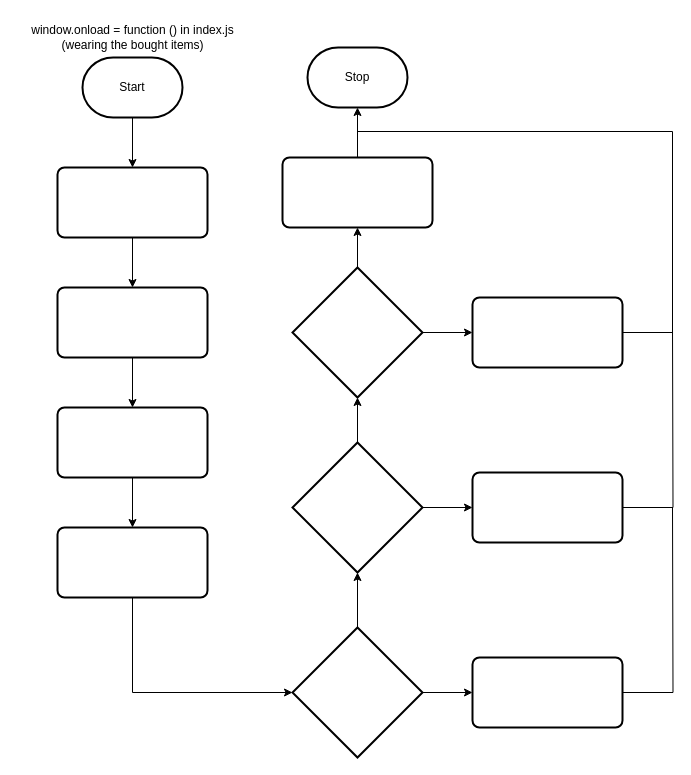
MTHS-ICD2O-1-2024/ICD2O-Final-Project-ain.jeong keeps this draw.io diagram as design/flowchart-windowonload-indexJs.drawio. Above is the earlier version. Source tidied: cells renumbered, new cells numbered last; positions are measured from the earlier drawing's top-left corner, leaving out a move shared by most shapes. Both pictures are drawn from the tidied source at 100%, with x=0, y=0 at pixel (17, 17).
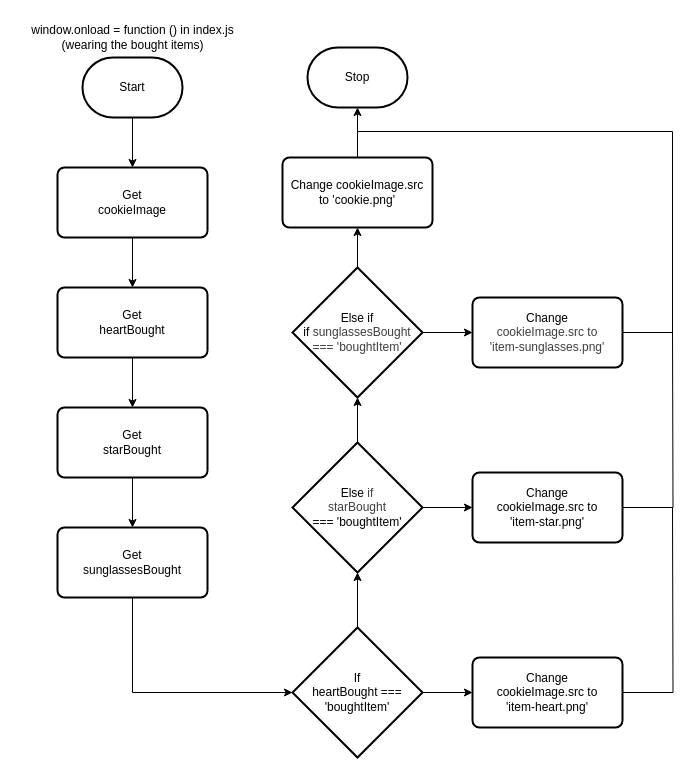
After the change.

Change to the diagram source:
```diff
@@
-    <mxCell id="5" style="rounded=1;whiteSpace=wrap;html=1;absoluteArcSize=1;arcSize=14;strokeWidth=2;" parent="1" vertex="1">
+    <mxCell id="5" value="Get&lt;div&gt;cookieImage&lt;/div&gt;" style="rounded=1;whiteSpace=wrap;html=1;absoluteArcSize=1;arcSize=14;strokeWidth=2;" parent="1" vertex="1">
       <mxGeometry x="40" y="150" width="150" height="70" as="geometry" />
     </mxCell>
@@
-    <mxCell id="7" style="rounded=1;whiteSpace=wrap;html=1;absoluteArcSize=1;arcSize=14;strokeWidth=2;" parent="1" vertex="1">
+    <mxCell id="7" value="Get&lt;div&gt;heartBought&lt;/div&gt;" style="rounded=1;whiteSpace=wrap;html=1;absoluteArcSize=1;arcSize=14;strokeWidth=2;" parent="1" vertex="1">
       <mxGeometry x="40" y="270" width="150" height="70" as="geometry" />
     </mxCell>
@@
-    <mxCell id="9" style="rounded=1;whiteSpace=wrap;html=1;absoluteArcSize=1;arcSize=14;strokeWidth=2;" parent="1" vertex="1">
+    <mxCell id="9" value="Get&lt;div&gt;starBought&lt;/div&gt;" style="rounded=1;whiteSpace=wrap;html=1;absoluteArcSize=1;arcSize=14;strokeWidth=2;" parent="1" vertex="1">
       <mxGeometry x="40" y="390" width="150" height="70" as="geometry" />
     </mxCell>
-    <mxCell id="10" style="rounded=1;whiteSpace=wrap;html=1;absoluteArcSize=1;arcSize=14;strokeWidth=2;" parent="1" vertex="1">
+    <mxCell id="10" value="Get&lt;div&gt;sunglassesBought&lt;/div&gt;" style="rounded=1;whiteSpace=wrap;html=1;absoluteArcSize=1;arcSize=14;strokeWidth=2;" parent="1" vertex="1">
       <mxGeometry x="40" y="510" width="150" height="70" as="geometry" />
     </mxCell>
@@
-    <mxCell id="13" style="strokeWidth=2;html=1;shape=mxgraph.flowchart.decision;whiteSpace=wrap;" parent="1" vertex="1">
+    <mxCell id="13" value="Else if&lt;div&gt;if&amp;nbsp;&lt;span style=&quot;color: rgb(63, 63, 63); background-color: transparent;&quot;&gt;sunglassesBought&lt;/span&gt;&lt;/div&gt;&lt;div&gt;&lt;span style=&quot;color: rgb(63, 63, 63); background-color: transparent;&quot;&gt;=== 'boughtItem'&lt;/span&gt;&lt;/div&gt;" style="strokeWidth=2;html=1;shape=mxgraph.flowchart.decision;whiteSpace=wrap;" parent="1" vertex="1">
       <mxGeometry x="275" y="250" width="130" height="130" as="geometry" />
     </mxCell>
@@
-    <mxCell id="15" style="strokeWidth=2;html=1;shape=mxgraph.flowchart.decision;whiteSpace=wrap;" parent="1" vertex="1">
+    <mxCell id="15" value="Else&amp;nbsp;&lt;span style=&quot;color: rgb(63, 63, 63); background-color: transparent;&quot;&gt;if&lt;/span&gt;&lt;div&gt;&lt;span style=&quot;color: rgb(63, 63, 63); background-color: transparent;&quot;&gt;starBought&lt;/span&gt;&lt;div&gt;=== 'boughtItem'&lt;/div&gt;&lt;/div&gt;" style="strokeWidth=2;html=1;shape=mxgraph.flowchart.decision;whiteSpace=wrap;" parent="1" vertex="1">
       <mxGeometry x="275" y="425" width="130" height="130" as="geometry" />
     </mxCell>
@@
-    <mxCell id="17" style="rounded=1;whiteSpace=wrap;html=1;absoluteArcSize=1;arcSize=14;strokeWidth=2;" parent="1" vertex="1">
+    <mxCell id="17" value="&lt;span style=&quot;color: rgb(0, 0, 0);&quot;&gt;Change&lt;/span&gt;&lt;div style=&quot;color: rgb(63, 63, 63); scrollbar-color: rgb(226, 226, 226) rgb(251, 251, 251);&quot;&gt;cookieImage.src to&lt;/div&gt;&lt;div style=&quot;color: rgb(63, 63, 63); scrollbar-color: rgb(226, 226, 226) rgb(251, 251, 251);&quot;&gt;'item-sunglasses.png'&lt;/div&gt;" style="rounded=1;whiteSpace=wrap;html=1;absoluteArcSize=1;arcSize=14;strokeWidth=2;" parent="1" vertex="1">
       <mxGeometry x="455" y="280" width="150" height="70" as="geometry" />
     </mxCell>
@@
-    <mxCell id="19" style="rounded=1;whiteSpace=wrap;html=1;absoluteArcSize=1;arcSize=14;strokeWidth=2;" parent="1" vertex="1">
+    <mxCell id="19" value="Change&lt;div&gt;cookieImage.src to&lt;/div&gt;&lt;div&gt;'item-star.png'&lt;/div&gt;" style="rounded=1;whiteSpace=wrap;html=1;absoluteArcSize=1;arcSize=14;strokeWidth=2;" parent="1" vertex="1">
       <mxGeometry x="455" y="455" width="150" height="70" as="geometry" />
     </mxCell>
@@
-    <mxCell id="21" style="strokeWidth=2;html=1;shape=mxgraph.flowchart.decision;whiteSpace=wrap;" parent="1" vertex="1">
+    <mxCell id="21" value="If&lt;div&gt;heartBought ===&lt;/div&gt;&lt;div&gt;'boughtItem'&lt;/div&gt;" style="strokeWidth=2;html=1;shape=mxgraph.flowchart.decision;whiteSpace=wrap;" parent="1" vertex="1">
       <mxGeometry x="275" y="610" width="130" height="130" as="geometry" />
     </mxCell>
@@
-    <mxCell id="23" style="rounded=1;whiteSpace=wrap;html=1;absoluteArcSize=1;arcSize=14;strokeWidth=2;" parent="1" vertex="1">
+    <mxCell id="23" value="Change&lt;div&gt;cookieImage.src to&lt;/div&gt;&lt;div&gt;'item-heart.png'&lt;/div&gt;" style="rounded=1;whiteSpace=wrap;html=1;absoluteArcSize=1;arcSize=14;strokeWidth=2;" parent="1" vertex="1">
       <mxGeometry x="455" y="640" width="150" height="70" as="geometry" />
     </mxCell>
-    <mxCell id="24" style="rounded=1;whiteSpace=wrap;html=1;absoluteArcSize=1;arcSize=14;strokeWidth=2;" parent="1" vertex="1">
+    <mxCell id="24" value="Change cookieImage.src&lt;div&gt;to 'cookie.png'&lt;/div&gt;" style="rounded=1;whiteSpace=wrap;html=1;absoluteArcSize=1;arcSize=14;strokeWidth=2;" parent="1" vertex="1">
       <mxGeometry x="265" y="140" width="150" height="70" as="geometry" />
     </mxCell>
```
